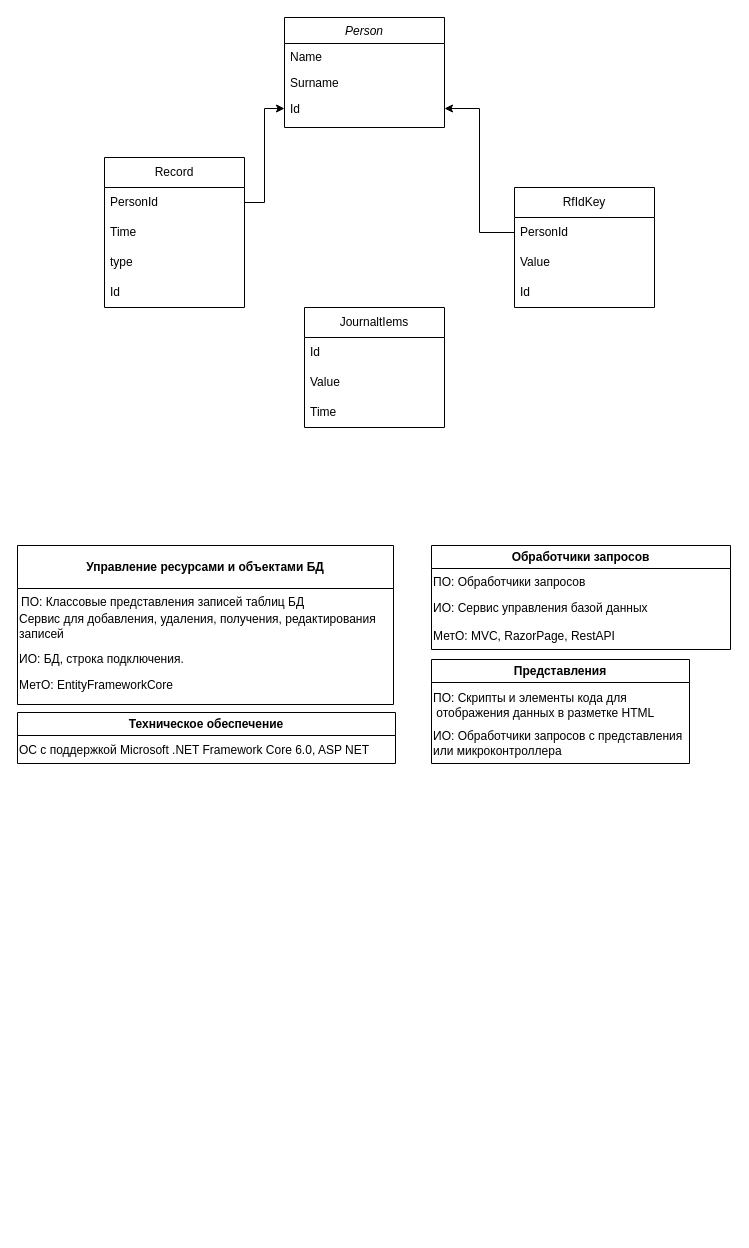
This is Диаграмма без названия.drawio from XYphrodite/RioCourseWork, a draw.io file, before an edit. Source tidied: cells renumbered, new cells numbered last; positions are measured from the earlier drawing's top-left corner, leaving out a move shared by most shapes. Both pictures are drawn from the tidied source at 100%, with x=0, y=0 at pixel (17, 17).
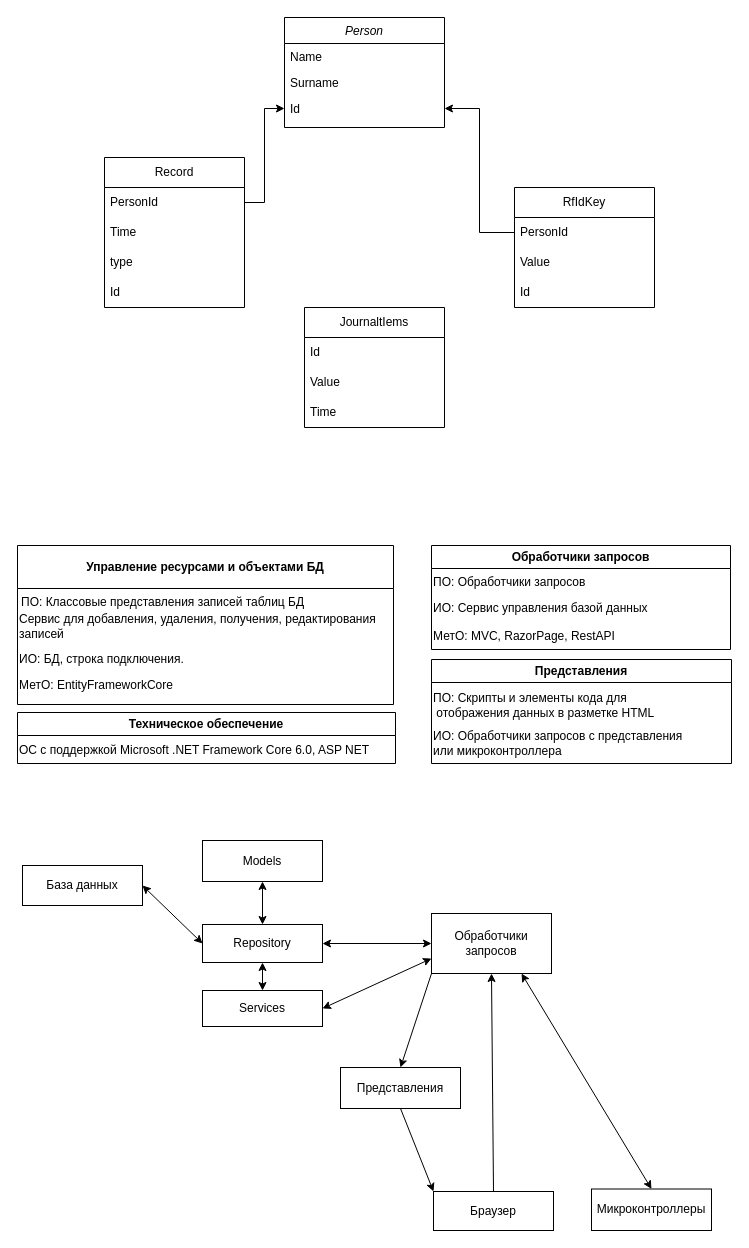
The same page after the edit.

Diff of the diagram source:
```diff
@@
     <mxCell id="30" value="Представления" style="swimlane;whiteSpace=wrap;html=1;" parent="1" vertex="1">
-      <mxGeometry x="414" y="642" width="258" height="104" as="geometry" />
+      <mxGeometry x="414" y="642" width="300" height="104" as="geometry" />
     </mxCell>
@@
+    <mxCell id="35" value="База данных" style="rounded=0;whiteSpace=wrap;html=1;" parent="1" vertex="1">
+      <mxGeometry x="5" y="848" width="120" height="40" as="geometry" />
+    </mxCell>
+    <mxCell id="36" value="Models" style="rounded=0;whiteSpace=wrap;html=1;" parent="1" vertex="1">
+      <mxGeometry x="185" y="823" width="120" height="41" as="geometry" />
+    </mxCell>
+    <mxCell id="37" value="Repository" style="rounded=0;whiteSpace=wrap;html=1;" parent="1" vertex="1">
+      <mxGeometry x="185" y="907" width="120" height="38" as="geometry" />
+    </mxCell>
+    <mxCell id="38" style="endArrow=classic;startArrow=classic;html=1;rounded=0;entryX=1;entryY=0.5;entryDx=0;entryDy=0;exitX=0;exitY=0.5;exitDx=0;exitDy=0;" parent="1" edge="1" source="37" target="35">
+      <mxGeometry relative="1" as="geometry" />
+    </mxCell>
+    <mxCell id="39" style="endArrow=classic;startArrow=classic;html=1;rounded=0;exitX=0.5;exitY=0;exitDx=0;exitDy=0;entryX=0.5;entryY=1;entryDx=0;entryDy=0;" parent="1" edge="1" source="37" target="36">
+      <mxGeometry relative="1" as="geometry" />
+    </mxCell>
+    <mxCell id="40" value="Обработчики запросов" style="rounded=0;whiteSpace=wrap;html=1;" parent="1" vertex="1">
+      <mxGeometry x="414" y="896" width="120" height="60" as="geometry" />
+    </mxCell>
+    <mxCell id="41" style="endArrow=classic;startArrow=classic;html=1;rounded=0;entryX=0;entryY=0.5;entryDx=0;entryDy=0;exitX=1;exitY=0.5;exitDx=0;exitDy=0;" parent="1" edge="1" source="37" target="40">
+      <mxGeometry relative="1" as="geometry" />
+    </mxCell>
+    <mxCell id="42" value="Services" style="rounded=0;whiteSpace=wrap;html=1;" parent="1" vertex="1">
+      <mxGeometry x="185" y="973" width="120" height="36" as="geometry" />
+    </mxCell>
+    <mxCell id="43" style="endArrow=classic;startArrow=classic;html=1;rounded=0;entryX=0.5;entryY=1;entryDx=0;entryDy=0;exitX=0.5;exitY=0;exitDx=0;exitDy=0;" parent="1" edge="1" source="42" target="37">
+      <mxGeometry relative="1" as="geometry" />
+    </mxCell>
+    <mxCell id="44" style="endArrow=classic;startArrow=classic;html=1;rounded=0;entryX=0;entryY=0.75;entryDx=0;entryDy=0;exitX=1;exitY=0.5;exitDx=0;exitDy=0;" parent="1" edge="1" source="42" target="40">
+      <mxGeometry relative="1" as="geometry" />
+    </mxCell>
+    <mxCell id="45" value="Представления" style="rounded=0;whiteSpace=wrap;html=1;" parent="1" vertex="1">
+      <mxGeometry x="323" y="1050" width="120" height="41" as="geometry" />
+    </mxCell>
+    <mxCell id="46" value="Браузер" style="rounded=0;whiteSpace=wrap;html=1;" parent="1" vertex="1">
+      <mxGeometry x="416" y="1174" width="120" height="39" as="geometry" />
+    </mxCell>
+    <mxCell id="47" value="Микроконтроллеры" style="rounded=0;whiteSpace=wrap;html=1;" parent="1" vertex="1">
+      <mxGeometry x="574" y="1171.5" width="120" height="41.5" as="geometry" />
+    </mxCell>
+    <mxCell id="48" style="endArrow=classic;startArrow=classic;html=1;rounded=0;entryX=0.75;entryY=1;entryDx=0;entryDy=0;exitX=0.5;exitY=0;exitDx=0;exitDy=0;" parent="1" edge="1" source="47" target="40">
+      <mxGeometry relative="1" as="geometry" />
+    </mxCell>
+    <mxCell id="49" style="endArrow=classic;html=1;rounded=0;exitX=0.5;exitY=0;exitDx=0;exitDy=0;entryX=0.5;entryY=1;entryDx=0;entryDy=0;" parent="1" edge="1" source="46" target="40">
+      <mxGeometry relative="1" as="geometry" />
+    </mxCell>
+    <mxCell id="50" style="endArrow=classic;html=1;rounded=0;exitX=0.5;exitY=1;exitDx=0;exitDy=0;entryX=0;entryY=0;entryDx=0;entryDy=0;" parent="1" edge="1" source="45" target="46">
+      <mxGeometry relative="1" as="geometry" />
+    </mxCell>
+    <mxCell id="51" style="endArrow=classic;html=1;rounded=0;exitX=0;exitY=1;exitDx=0;exitDy=0;entryX=0.5;entryY=0;entryDx=0;entryDy=0;" parent="1" edge="1" source="40" target="45">
+      <mxGeometry relative="1" as="geometry" />
+    </mxCell>
```
